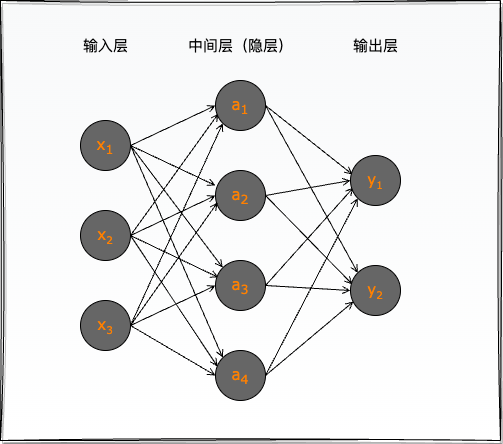
Before: articles/general/dl/assets/1/artificial-neural-network.drawio.png, a diagram exported from draw.io (ThreeFish-AI/threefish-ai.github.io). Source tidied: cells renumbered, new cells last; positions are measured from the earlier drawing's top-left corner, leaving out a move shared by most shapes.
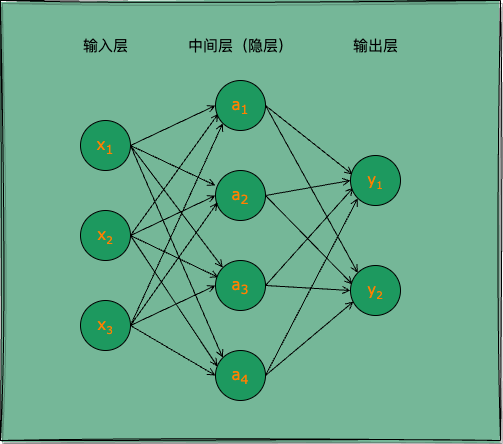
Later version of the same file.

What changed in the source:
```diff
@@ -2,7 +2,7 @@
   <root>
     <mxCell id="0" />
     <mxCell id="1" parent="0" />
-    <mxCell id="2" style="rounded=0;whiteSpace=wrap;html=1;fillColor=#F8F9FA;shadow=1;glass=0;strokeColor=default;gradientColor=#FFFFFF;sketch=1;curveFitting=1;jiggle=2;" parent="1" vertex="1">
+    <mxCell id="2" style="rounded=0;whiteSpace=wrap;html=1;fillColor=#75B798;shadow=1;glass=0;strokeColor=default;gradientColor=#75B798;sketch=1;curveFitting=1;jiggle=2;" parent="1" vertex="1">
       <mxGeometry width="500" height="440" as="geometry" />
     </mxCell>
     <mxCell id="3" style="rounded=0;jettySize=auto;html=1;entryX=0;entryY=0.3;entryDx=0;entryDy=0;entryPerimeter=0;endArrow=open;endFill=0;exitX=1;exitY=0.5;exitDx=0;exitDy=0;strokeColor=#000000;" parent="1" edge="1" source="6" target="14">
@@ -14,7 +14,7 @@
     <mxCell id="5" style="edgeStyle=none;rounded=0;jettySize=auto;html=1;entryX=0;entryY=0;entryDx=0;entryDy=0;exitX=1;exitY=0.5;exitDx=0;exitDy=0;endArrow=open;endFill=0;strokeColor=#000000;" parent="1" edge="1" source="6" target="28">
       <mxGeometry relative="1" as="geometry" />
     </mxCell>
-    <mxCell id="6" value="x&lt;sub&gt;1&lt;/sub&gt;" style="ellipse;whiteSpace=wrap;html=1;fontFamily=Verdana;fontSize=15;fillColor=#666666;fontColor=#FF8000;" parent="1" vertex="1">
+    <mxCell id="6" value="x&lt;sub&gt;1&lt;/sub&gt;" style="ellipse;whiteSpace=wrap;html=1;fontFamily=Verdana;fontSize=15;fillColor=#1D995F;fontColor=#FF8000;" parent="1" vertex="1">
       <mxGeometry x="80" y="120" width="50" height="50" as="geometry" />
     </mxCell>
     <mxCell id="7" style="rounded=0;jettySize=auto;html=1;exitX=1;exitY=0.5;exitDx=0;exitDy=0;entryX=0;entryY=0.5;entryDx=0;entryDy=0;endArrow=open;endFill=0;strokeColor=#000000;" parent="1" edge="1" source="11" target="14">
@@ -29,7 +29,7 @@
     <mxCell id="10" style="edgeStyle=none;rounded=0;jettySize=auto;html=1;entryX=0.04;entryY=0.32;entryDx=0;entryDy=0;entryPerimeter=0;endArrow=open;endFill=0;exitX=1;exitY=0.5;exitDx=0;exitDy=0;strokeColor=#000000;" parent="1" edge="1" source="11" target="28">
       <mxGeometry relative="1" as="geometry" />
     </mxCell>
-    <mxCell id="11" value="x&lt;span style=&quot;font-size: 12.5px;&quot;&gt;&lt;sub&gt;2&lt;/sub&gt;&lt;/span&gt;" style="ellipse;whiteSpace=wrap;html=1;fontFamily=Verdana;fontSize=15;fillColor=#666666;fontColor=#FF8000;" parent="1" vertex="1">
+    <mxCell id="11" value="x&lt;span style=&quot;font-size: 12.5px;&quot;&gt;&lt;sub&gt;2&lt;/sub&gt;&lt;/span&gt;" style="ellipse;whiteSpace=wrap;html=1;fontFamily=Verdana;fontSize=15;fillColor=#1D995F;fontColor=#FF8000;" parent="1" vertex="1">
       <mxGeometry x="80" y="210" width="50" height="50" as="geometry" />
     </mxCell>
     <mxCell id="12" style="edgeStyle=none;rounded=0;jettySize=auto;html=1;entryX=0;entryY=0.5;entryDx=0;entryDy=0;endArrow=open;endFill=0;exitX=1;exitY=0.5;exitDx=0;exitDy=0;strokeColor=#000000;" parent="1" edge="1" source="14" target="30">
@@ -38,7 +38,7 @@
     <mxCell id="13" style="edgeStyle=none;rounded=0;jettySize=auto;html=1;endArrow=open;endFill=0;exitX=1;exitY=0.5;exitDx=0;exitDy=0;entryX=0.04;entryY=0.38;entryDx=0;entryDy=0;entryPerimeter=0;strokeColor=#000000;" parent="1" edge="1" source="14" target="31">
       <mxGeometry relative="1" as="geometry" />
     </mxCell>
-    <mxCell id="14" value="a&lt;sub&gt;2&lt;/sub&gt;" style="ellipse;whiteSpace=wrap;html=1;fontFamily=Verdana;fontSize=15;fillColor=#666666;fontColor=#FF8000;" parent="1" vertex="1">
+    <mxCell id="14" value="a&lt;sub&gt;2&lt;/sub&gt;" style="ellipse;whiteSpace=wrap;html=1;fontFamily=Verdana;fontSize=15;fillColor=#1D995F;fontColor=#FF8000;" parent="1" vertex="1">
       <mxGeometry x="215" y="170" width="50" height="50" as="geometry" />
     </mxCell>
     <mxCell id="15" style="edgeStyle=none;rounded=0;jettySize=auto;html=1;entryX=0;entryY=1;entryDx=0;entryDy=0;endArrow=open;endFill=0;exitX=1;exitY=0.5;exitDx=0;exitDy=0;strokeColor=#000000;" parent="1" edge="1" source="19" target="22">
@@ -53,7 +53,7 @@
     <mxCell id="18" style="edgeStyle=none;rounded=0;jettySize=auto;html=1;entryX=0;entryY=0.5;entryDx=0;entryDy=0;endArrow=open;endFill=0;exitX=1;exitY=0.5;exitDx=0;exitDy=0;strokeColor=#000000;" parent="1" edge="1" source="19" target="28">
       <mxGeometry relative="1" as="geometry" />
     </mxCell>
-    <mxCell id="19" value="x&lt;span style=&quot;font-size: 12.5px;&quot;&gt;&lt;sub&gt;3&lt;/sub&gt;&lt;/span&gt;" style="ellipse;whiteSpace=wrap;html=1;fontFamily=Verdana;fontSize=15;fillColor=#666666;fontColor=#FF8000;" parent="1" vertex="1">
+    <mxCell id="19" value="x&lt;span style=&quot;font-size: 12.5px;&quot;&gt;&lt;sub&gt;3&lt;/sub&gt;&lt;/span&gt;" style="ellipse;whiteSpace=wrap;html=1;fontFamily=Verdana;fontSize=15;fillColor=#1D995F;fontColor=#FF8000;" parent="1" vertex="1">
       <mxGeometry x="80" y="300" width="50" height="50" as="geometry" />
     </mxCell>
     <mxCell id="20" style="edgeStyle=none;rounded=0;jettySize=auto;html=1;endArrow=open;endFill=0;exitX=1;exitY=0.5;exitDx=0;exitDy=0;entryX=0.04;entryY=0.38;entryDx=0;entryDy=0;entryPerimeter=0;strokeColor=#000000;" parent="1" edge="1" source="22" target="30">
@@ -62,7 +62,7 @@
     <mxCell id="21" style="edgeStyle=none;rounded=0;jettySize=auto;html=1;exitX=1;exitY=0.5;exitDx=0;exitDy=0;entryX=0;entryY=0;entryDx=0;entryDy=0;endArrow=open;endFill=0;strokeColor=#000000;" parent="1" edge="1" source="22" target="31">
       <mxGeometry relative="1" as="geometry" />
     </mxCell>
-    <mxCell id="22" value="a&lt;sub&gt;1&lt;/sub&gt;" style="ellipse;whiteSpace=wrap;html=1;fontFamily=Verdana;fontSize=15;fillColor=#666666;fontColor=#FF8000;" parent="1" vertex="1">
+    <mxCell id="22" value="a&lt;sub&gt;1&lt;/sub&gt;" style="ellipse;whiteSpace=wrap;html=1;fontFamily=Verdana;fontSize=15;fillColor=#1D995F;fontColor=#FF8000;" parent="1" vertex="1">
       <mxGeometry x="215" y="80" width="50" height="50" as="geometry" />
     </mxCell>
     <mxCell id="23" style="edgeStyle=none;rounded=0;jettySize=auto;html=1;entryX=0.06;entryY=0.64;entryDx=0;entryDy=0;endArrow=open;endFill=0;exitX=1;exitY=0.5;exitDx=0;exitDy=0;entryPerimeter=0;strokeColor=#000000;" parent="1" edge="1" source="25" target="30">
@@ -71,7 +71,7 @@
     <mxCell id="24" style="edgeStyle=none;rounded=0;jettySize=auto;html=1;entryX=0;entryY=0.5;entryDx=0;entryDy=0;endArrow=open;endFill=0;exitX=1;exitY=0.5;exitDx=0;exitDy=0;strokeColor=#000000;" parent="1" edge="1" source="25" target="31">
       <mxGeometry relative="1" as="geometry" />
     </mxCell>
-    <mxCell id="25" value="a&lt;sub&gt;3&lt;/sub&gt;" style="ellipse;whiteSpace=wrap;html=1;fontFamily=Verdana;fontSize=15;fillColor=#666666;fontColor=#FF8000;" parent="1" vertex="1">
+    <mxCell id="25" value="a&lt;sub&gt;3&lt;/sub&gt;" style="ellipse;whiteSpace=wrap;html=1;fontFamily=Verdana;fontSize=15;fillColor=#1D995F;fontColor=#FF8000;" parent="1" vertex="1">
       <mxGeometry x="215" y="260" width="50" height="50" as="geometry" />
     </mxCell>
     <mxCell id="26" style="edgeStyle=none;rounded=0;jettySize=auto;html=1;entryX=0;entryY=1;entryDx=0;entryDy=0;endArrow=open;endFill=0;exitX=1;exitY=0.5;exitDx=0;exitDy=0;strokeColor=#000000;" parent="1" edge="1" source="28" target="30">
@@ -80,16 +80,16 @@
     <mxCell id="27" style="edgeStyle=none;rounded=0;jettySize=auto;html=1;entryX=0.06;entryY=0.72;entryDx=0;entryDy=0;endArrow=open;endFill=0;exitX=1;exitY=0.5;exitDx=0;exitDy=0;entryPerimeter=0;strokeColor=#000000;" parent="1" edge="1" source="28" target="31">
       <mxGeometry relative="1" as="geometry" />
     </mxCell>
-    <mxCell id="28" value="a&lt;sub&gt;4&lt;/sub&gt;" style="ellipse;whiteSpace=wrap;html=1;fontFamily=Verdana;fontSize=15;fillColor=#666666;fontColor=#FF8000;" parent="1" vertex="1">
+    <mxCell id="28" value="a&lt;sub&gt;4&lt;/sub&gt;" style="ellipse;whiteSpace=wrap;html=1;fontFamily=Verdana;fontSize=15;fillColor=#1D995F;fontColor=#FF8000;" parent="1" vertex="1">
       <mxGeometry x="215" y="350" width="50" height="50" as="geometry" />
     </mxCell>
     <mxCell id="29" style="rounded=0;jettySize=auto;html=1;entryX=0;entryY=0.5;entryDx=0;entryDy=0;endArrow=open;endFill=0;exitX=1;exitY=0.5;exitDx=0;exitDy=0;strokeColor=#000000;" parent="1" edge="1" source="6" target="22">
       <mxGeometry relative="1" as="geometry" />
     </mxCell>
-    <mxCell id="30" value="y&lt;span style=&quot;font-size: 12.5px;&quot;&gt;&lt;sub&gt;1&lt;/sub&gt;&lt;/span&gt;" style="ellipse;whiteSpace=wrap;html=1;fontFamily=Verdana;fontSize=15;fillColor=#666666;fontColor=#FF8000;" parent="1" vertex="1">
+    <mxCell id="30" value="y&lt;span style=&quot;font-size: 12.5px;&quot;&gt;&lt;sub&gt;1&lt;/sub&gt;&lt;/span&gt;" style="ellipse;whiteSpace=wrap;html=1;fontFamily=Verdana;fontSize=15;fillColor=#1D995F;fontColor=#FF8000;" parent="1" vertex="1">
       <mxGeometry x="350" y="155" width="50" height="50" as="geometry" />
     </mxCell>
-    <mxCell id="31" value="y&lt;span style=&quot;font-size: 12.5px;&quot;&gt;&lt;sub&gt;2&lt;/sub&gt;&lt;/span&gt;" style="ellipse;whiteSpace=wrap;html=1;fontFamily=Verdana;fontSize=15;fillColor=#666666;fontColor=#FF8000;" parent="1" vertex="1">
+    <mxCell id="31" value="y&lt;span style=&quot;font-size: 12.5px;&quot;&gt;&lt;sub&gt;2&lt;/sub&gt;&lt;/span&gt;" style="ellipse;whiteSpace=wrap;html=1;fontFamily=Verdana;fontSize=15;fillColor=#1D995F;fontColor=#FF8000;" parent="1" vertex="1">
       <mxGeometry x="350" y="265" width="50" height="50" as="geometry" />
     </mxCell>
     <mxCell id="32" value="输入层" style="text;html=1;align=center;verticalAlign=middle;strokeColor=none;fillColor=none;fontSize=15;fontColor=#000000;" parent="1" vertex="1">
```
